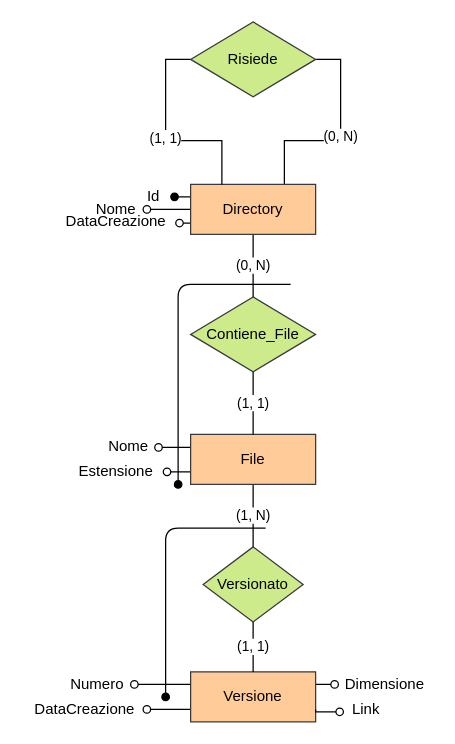
Above: page "FileSystem" (3 of 10) of Concettuale/db.drawio in alemazzo/CloudStoreDB (draw.io), before the change. Source tidied: cells renumbered, new cells numbered last; positions are measured from the earlier drawing's top-left corner, leaving out a move shared by most shapes. Both pictures are drawn from the tidied source at 125%, with x=0, y=0 at pixel (21, 21).
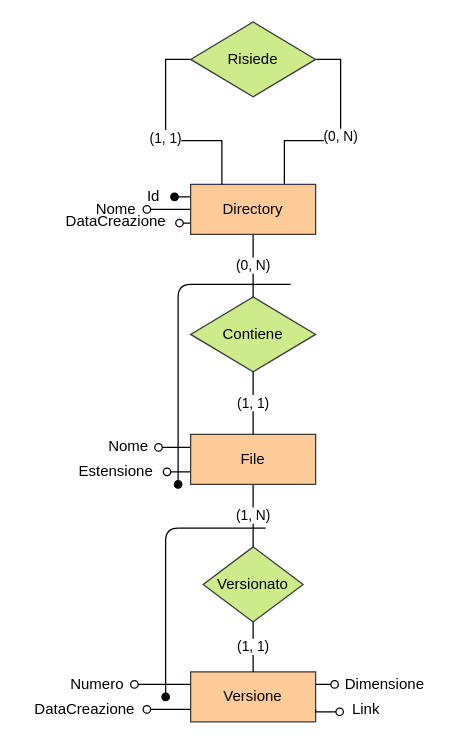
Above is the later version.

The edit, as a diff of the source:
```diff
@@
-    <mxCell id="17" value="Contiene_File" style="shape=rhombus;perimeter=rhombusPerimeter;whiteSpace=wrap;html=1;align=center;fillColor=#cdeb8b;strokeColor=#36393d;" parent="1" vertex="1">
+    <mxCell id="17" value="Contiene" style="shape=rhombus;perimeter=rhombusPerimeter;whiteSpace=wrap;html=1;align=center;fillColor=#cdeb8b;strokeColor=#36393d;" parent="1" vertex="1">
       <mxGeometry x="135" y="220" width="100" height="60" as="geometry" />
     </mxCell>
```
